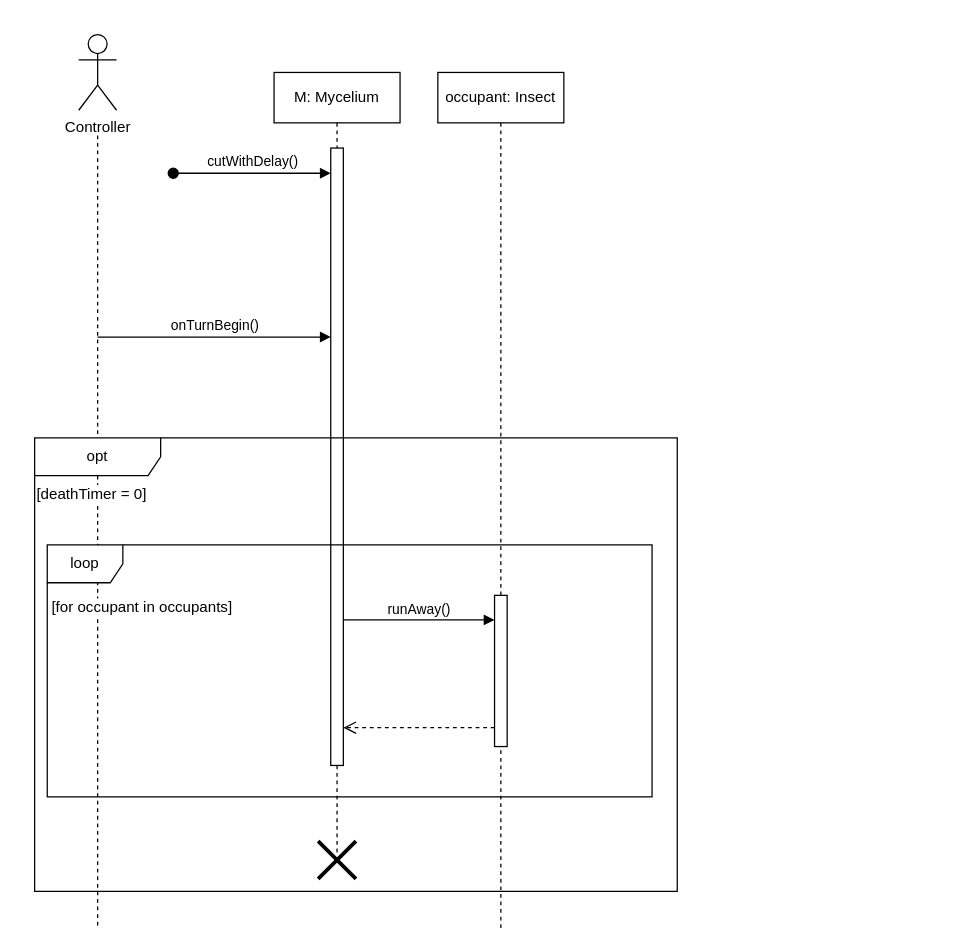
The draw.io diagram page "cutWithDelay" (3 of 8) of 7_prototipus_koncepcio/modosult_seq_diagramm.drawio in koharzsombor/bandITs, before the edit. Source tidied: cells renumbered, new cells numbered last; positions are measured from the earlier drawing's top-left corner, leaving out a move shared by most shapes. Both pictures are drawn from the tidied source at 126%, with x=0, y=0 at pixel (21, 34).
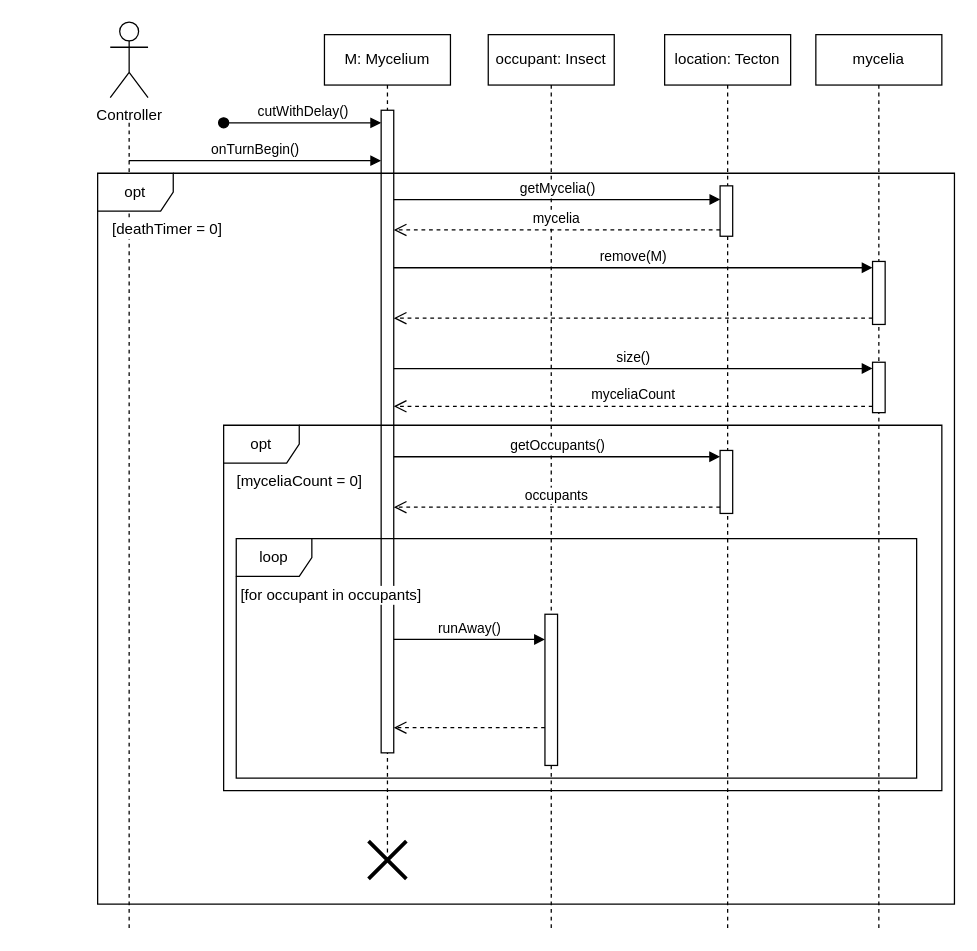
The same diagram, later.

Change to the diagram source:
```diff
@@
     <mxCell id="2" value="M: Mycelium" style="shape=umlLifeline;perimeter=lifelinePerimeter;whiteSpace=wrap;html=1;newEdgeStyle={&quot;curved&quot;:0,&quot;rounded&quot;:0};" parent="1" vertex="1">
-      <mxGeometry x="200" y="30" width="100" height="620" as="geometry" />
+      <mxGeometry x="240" width="100" height="650" as="geometry" />
     </mxCell>
-    <mxCell id="3" style="html=1;points=[[0,0,0,0,5],[0,1,0,0,-5],[1,0,0,0,5],[1,1,0,0,-5]];perimeter=orthogonalPerimeter;outlineConnect=0;targetShapes=umlLifeline;portConstraint=eastwest;newEdgeStyle={&quot;curved&quot;:0,&quot;rounded&quot;:0};" parent="2" vertex="1">
-      <mxGeometry x="45" y="60" width="10" height="490" as="geometry" />
-    </mxCell>
+    <mxCell id="17" style="shape=umlDestroy;whiteSpace=wrap;html=1;strokeWidth=3;targetShapes=umlLifeline;" parent="2" vertex="1">
+      <mxGeometry x="35" y="640" width="30" height="30" as="geometry" />
+    </mxCell>
+    <mxCell id="18" style="html=1;points=[[0,0,0,0,5],[0,1,0,0,-5],[1,0,0,0,5],[1,1,0,0,-5]];perimeter=orthogonalPerimeter;outlineConnect=0;targetShapes=umlLifeline;portConstraint=eastwest;newEdgeStyle={&quot;curved&quot;:0,&quot;rounded&quot;:0};" parent="2" vertex="1">
+      <mxGeometry x="45" y="60" width="10" height="510" as="geometry" />
+    </mxCell>
-    <mxCell id="4" value="cutWithDelay()" style="html=1;verticalAlign=bottom;startArrow=oval;startFill=1;endArrow=block;startSize=8;curved=0;rounded=0;" parent="1" edge="1" target="3">
+    <mxCell id="4" value="cutWithDelay()" style="html=1;verticalAlign=bottom;startArrow=oval;startFill=1;endArrow=block;startSize=8;curved=0;rounded=0;" parent="1" edge="1">
       <mxGeometry relative="1" as="geometry">
-        <mxPoint x="120" y="110" as="sourcePoint" />
+        <mxPoint x="160" y="70" as="sourcePoint" />
+        <mxPoint x="285" y="70" as="targetPoint" />
       </mxGeometry>
     </mxCell>
-    <mxCell id="5" value="Controller" style="shape=umlActor;verticalLabelPosition=bottom;verticalAlign=top;html=1;" parent="1" vertex="1">
-      <mxGeometry x="45" width="30" height="60" as="geometry" />
-    </mxCell>
-    <mxCell id="6" style="shape=umlLifeline;perimeter=lifelinePerimeter;whiteSpace=wrap;html=1;newEdgeStyle={&quot;curved&quot;:0,&quot;rounded&quot;:0};size=0;" parent="1" vertex="1">
-      <mxGeometry x="10" y="80" width="100" height="630" as="geometry" />
-    </mxCell>
-    <mxCell id="7" value="onTurnBegin()" style="html=1;verticalAlign=bottom;endArrow=block;curved=0;rounded=0;" parent="1" edge="1">
-      <mxGeometry relative="1" as="geometry">
-        <mxPoint x="59.9" y="240" as="sourcePoint" />
-        <mxPoint x="245" y="240" as="targetPoint" />
-      </mxGeometry>
-    </mxCell>
-    <mxCell id="8" value="opt" style="shape=umlFrame;whiteSpace=wrap;html=1;width=100;height=30;" parent="1" vertex="1">
-      <mxGeometry x="10" y="320" width="510" height="360" as="geometry" />
-    </mxCell>
-    <mxCell id="9" style="shape=umlDestroy;whiteSpace=wrap;html=1;strokeWidth=3;targetShapes=umlLifeline;" parent="1" vertex="1">
-      <mxGeometry x="235" y="640" width="30" height="30" as="geometry" />
-    </mxCell>
-    <mxCell id="10" value="[deathTimer = 0]" style="text;html=1;align=center;verticalAlign=middle;strokeColor=none;fillColor=none;labelBackgroundColor=default;" parent="1" vertex="1">
-      <mxGeometry y="350" width="110" height="30" as="geometry" />
-    </mxCell>
     <mxCell id="11" value="occupant: Insect" style="shape=umlLifeline;perimeter=lifelinePerimeter;whiteSpace=wrap;html=1;newEdgeStyle={&quot;curved&quot;:0,&quot;rounded&quot;:0};" parent="1" vertex="1">
-      <mxGeometry x="330" y="30" width="100" height="680" as="geometry" />
+      <mxGeometry x="370" width="100" height="710" as="geometry" />
     </mxCell>
-    <mxCell id="12" style="html=1;perimeter=orthogonalPerimeter;targetShapes=umlLifeline;newEdgeStyle={&quot;curved&quot;:0,&quot;rounded&quot;:0};" parent="11" vertex="1">
-      <mxGeometry x="45" y="415" width="10" height="120" as="geometry" />
-    </mxCell>
+    <mxCell id="19" style="html=1;perimeter=orthogonalPerimeter;targetShapes=umlLifeline;newEdgeStyle={&quot;curved&quot;:0,&quot;rounded&quot;:0};" parent="11" vertex="1">
+      <mxGeometry x="45" y="460" width="10" height="120" as="geometry" />
+    </mxCell>
+    <mxCell id="15" value="runAway()" style="html=1;verticalAlign=bottom;endArrow=block;curved=0;rounded=0;" parent="11" edge="1">
+      <mxGeometry relative="1" as="geometry">
+        <mxPoint x="-75" y="480" as="sourcePoint" />
+        <mxPoint x="45" y="480" as="targetPoint" />
+      </mxGeometry>
+    </mxCell>
+    <mxCell id="20" style="html=1;verticalAlign=bottom;endArrow=open;dashed=1;endSize=8;curved=0;rounded=0;" parent="11" edge="1">
+      <mxGeometry relative="1" as="geometry">
+        <mxPoint x="45" y="550" as="sourcePoint" />
+        <mxPoint x="-75" y="550" as="targetPoint" />
+      </mxGeometry>
+    </mxCell>
-    <mxCell id="13" value="loop" style="shape=umlFrame;whiteSpace=wrap;html=1;" parent="1" vertex="1">
-      <mxGeometry x="20" y="405" width="480" height="200" as="geometry" />
+    <mxCell id="13" value="&lt;div&gt;loop&lt;/div&gt;" style="shape=umlFrame;whiteSpace=wrap;html=1;" parent="1" vertex="1">
+      <mxGeometry x="170" y="400" width="540" height="190" as="geometry" />
     </mxCell>
     <mxCell id="14" value="[for occupant in occupants]" style="text;html=1;align=center;verticalAlign=middle;strokeColor=none;fillColor=none;labelBackgroundColor=default;" parent="1" vertex="1">
-      <mxGeometry x="10" y="440" width="170" height="30" as="geometry" />
+      <mxGeometry x="160" y="430" width="170" height="30" as="geometry" />
     </mxCell>
-    <mxCell id="15" value="runAway()" style="html=1;verticalAlign=bottom;endArrow=block;curved=0;rounded=0;" parent="1" edge="1">
-      <mxGeometry relative="1" as="geometry">
-        <mxPoint x="255" y="464.5" as="sourcePoint" />
-        <mxPoint x="375" y="464.5" as="targetPoint" />
-      </mxGeometry>
-    </mxCell>
-    <mxCell id="16" style="html=1;verticalAlign=bottom;endArrow=open;dashed=1;endSize=8;curved=0;rounded=0;" parent="1" edge="1">
-      <mxGeometry relative="1" as="geometry">
-        <mxPoint x="375" y="550" as="sourcePoint" />
-        <mxPoint x="255" y="550" as="targetPoint" />
-      </mxGeometry>
-    </mxCell>
+    <mxCell id="21" value="mycelia" style="shape=umlLifeline;perimeter=lifelinePerimeter;whiteSpace=wrap;html=1;newEdgeStyle={&quot;curved&quot;:0,&quot;rounded&quot;:0};" parent="1" vertex="1">
+      <mxGeometry x="630" width="100" height="710" as="geometry" />
+    </mxCell>
+    <mxCell id="22" style="html=1;points=[[0,0,0,0,5],[0,1,0,0,-5],[1,0,0,0,5],[1,1,0,0,-5]];perimeter=orthogonalPerimeter;outlineConnect=0;targetShapes=umlLifeline;portConstraint=eastwest;newEdgeStyle={&quot;curved&quot;:0,&quot;rounded&quot;:0};" parent="21" vertex="1">
+      <mxGeometry x="45" y="180" width="10" height="50" as="geometry" />
+    </mxCell>
+    <mxCell id="23" style="html=1;points=[[0,0,0,0,5],[0,1,0,0,-5],[1,0,0,0,5],[1,1,0,0,-5]];perimeter=orthogonalPerimeter;outlineConnect=0;targetShapes=umlLifeline;portConstraint=eastwest;newEdgeStyle={&quot;curved&quot;:0,&quot;rounded&quot;:0};" parent="21" vertex="1">
+      <mxGeometry x="45" y="260" width="10" height="40" as="geometry" />
+    </mxCell>
+    <mxCell id="24" value="location: Tecton" style="shape=umlLifeline;perimeter=lifelinePerimeter;whiteSpace=wrap;html=1;newEdgeStyle={&quot;curved&quot;:0,&quot;rounded&quot;:0};" parent="1" vertex="1">
+      <mxGeometry x="510" width="100" height="710" as="geometry" />
+    </mxCell>
+    <mxCell id="25" style="html=1;points=[[0,0,0,0,5],[0,1,0,0,-5],[1,0,0,0,5],[1,1,0,0,-5]];perimeter=orthogonalPerimeter;outlineConnect=0;targetShapes=umlLifeline;portConstraint=eastwest;newEdgeStyle={&quot;curved&quot;:0,&quot;rounded&quot;:0};" parent="24" vertex="1">
+      <mxGeometry x="44" y="120" width="10" height="40" as="geometry" />
+    </mxCell>
+    <mxCell id="26" style="html=1;points=[[0,0,0,0,5],[0,1,0,0,-5],[1,0,0,0,5],[1,1,0,0,-5]];perimeter=orthogonalPerimeter;outlineConnect=0;targetShapes=umlLifeline;portConstraint=eastwest;newEdgeStyle={&quot;curved&quot;:0,&quot;rounded&quot;:0};" parent="24" vertex="1">
+      <mxGeometry x="44" y="330" width="10" height="50" as="geometry" />
+    </mxCell>
+    <mxCell id="27" value="getMycelia()" style="html=1;verticalAlign=bottom;endArrow=block;curved=0;rounded=0;entryX=0.017;entryY=0.271;entryDx=0;entryDy=0;entryPerimeter=0;" parent="1" edge="1" source="18" target="25">
+      <mxGeometry relative="1" as="geometry" />
+    </mxCell>
+    <mxCell id="28" value="mycelia" style="html=1;verticalAlign=bottom;endArrow=open;dashed=1;endSize=8;curved=0;rounded=0;exitX=0;exitY=1;exitDx=0;exitDy=-5;" parent="1" edge="1" source="25" target="18">
+      <mxGeometry relative="1" as="geometry" />
+    </mxCell>
+    <mxCell id="29" value="remove(M)" style="html=1;verticalAlign=bottom;endArrow=block;curved=0;rounded=0;entryX=0;entryY=0;entryDx=0;entryDy=5;" parent="1" edge="1" source="18" target="22">
+      <mxGeometry relative="1" as="geometry" />
+    </mxCell>
+    <mxCell id="30" style="html=1;verticalAlign=bottom;endArrow=open;dashed=1;endSize=8;curved=0;rounded=0;exitX=0;exitY=1;exitDx=0;exitDy=-5;" parent="1" edge="1" source="22" target="18">
+      <mxGeometry x="-0.2" y="25" relative="1" as="geometry" />
+    </mxCell>
+    <mxCell id="31" value="myceliaCount" style="html=1;verticalAlign=bottom;endArrow=open;dashed=1;endSize=8;curved=0;rounded=0;exitX=0;exitY=1;exitDx=0;exitDy=-5;" parent="1" edge="1" source="23" target="18">
+      <mxGeometry relative="1" as="geometry" />
+    </mxCell>
+    <mxCell id="32" value="size()" style="html=1;verticalAlign=bottom;endArrow=block;curved=0;rounded=0;entryX=0;entryY=0;entryDx=0;entryDy=5;" parent="1" edge="1" source="18" target="23">
+      <mxGeometry relative="1" as="geometry" />
+    </mxCell>
+    <mxCell id="33" value="opt" style="shape=umlFrame;whiteSpace=wrap;html=1;" parent="1" vertex="1">
+      <mxGeometry x="160" y="310" width="570" height="290" as="geometry" />
+    </mxCell>
+    <mxCell id="34" value="[myceliaCount = 0]" style="text;html=1;align=center;verticalAlign=middle;strokeColor=none;fillColor=none;" parent="1" vertex="1">
+      <mxGeometry x="160" y="340" width="120" height="30" as="geometry" />
+    </mxCell>
+    <mxCell id="35" value="getOccupants()" style="html=1;verticalAlign=bottom;endArrow=block;curved=0;rounded=0;entryX=0;entryY=0;entryDx=0;entryDy=5;" parent="1" edge="1" source="18" target="26">
+      <mxGeometry relative="1" as="geometry" />
+    </mxCell>
+    <mxCell id="36" value="occupants" style="html=1;verticalAlign=bottom;endArrow=open;dashed=1;endSize=8;curved=0;rounded=0;exitX=0;exitY=1;exitDx=0;exitDy=-5;" parent="1" edge="1" source="26" target="18">
+      <mxGeometry relative="1" as="geometry" />
+    </mxCell>
+    <mxCell id="5" value="Controller" style="shape=umlActor;verticalLabelPosition=bottom;verticalAlign=top;html=1;" parent="1" vertex="1">
+      <mxGeometry x="70" y="-10" width="30" height="60" as="geometry" />
+    </mxCell>
+    <mxCell id="37" style="shape=umlLifeline;perimeter=lifelinePerimeter;whiteSpace=wrap;html=1;newEdgeStyle={&quot;curved&quot;:0,&quot;rounded&quot;:0};size=0;" parent="1" vertex="1">
+      <mxGeometry x="35" y="70" width="100" height="640" as="geometry" />
+    </mxCell>
+    <mxCell id="7" value="onTurnBegin()" style="html=1;verticalAlign=bottom;endArrow=block;curved=0;rounded=0;" parent="1" edge="1">
+      <mxGeometry relative="1" as="geometry">
+        <mxPoint x="84.7" y="100" as="sourcePoint" />
+        <mxPoint x="285" y="100" as="targetPoint" />
+      </mxGeometry>
+    </mxCell>
+    <mxCell id="38" value="opt" style="shape=umlFrame;whiteSpace=wrap;html=1;" parent="1" vertex="1">
+      <mxGeometry x="60" y="110" width="680" height="580" as="geometry" />
+    </mxCell>
+    <mxCell id="10" value="[deathTimer = 0]" style="text;html=1;align=center;verticalAlign=middle;strokeColor=none;fillColor=none;labelBackgroundColor=default;" parent="1" vertex="1">
+      <mxGeometry x="60" y="140" width="110" height="30" as="geometry" />
+    </mxCell>
```
